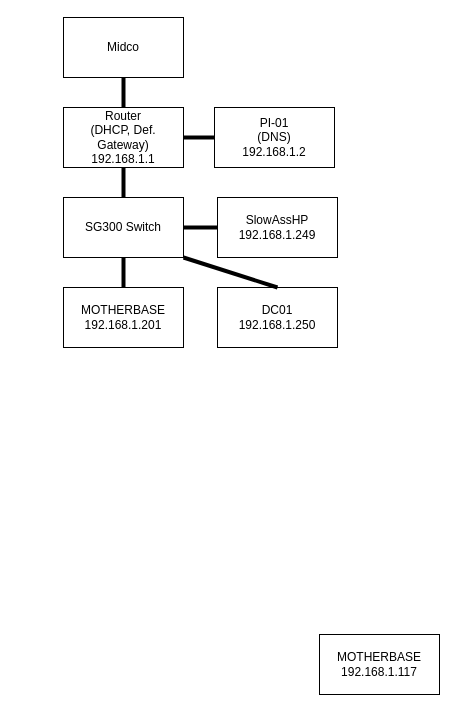
Above: Homelab.drawio in JadenMay/Homelab (draw.io), before the change. Source tidied: cells renumbered, new cells numbered last; positions are measured from the earlier drawing's top-left corner, leaving out a move shared by most shapes. Both pictures are drawn from the tidied source at 100%, with x=0, y=0 at pixel (63, 17).
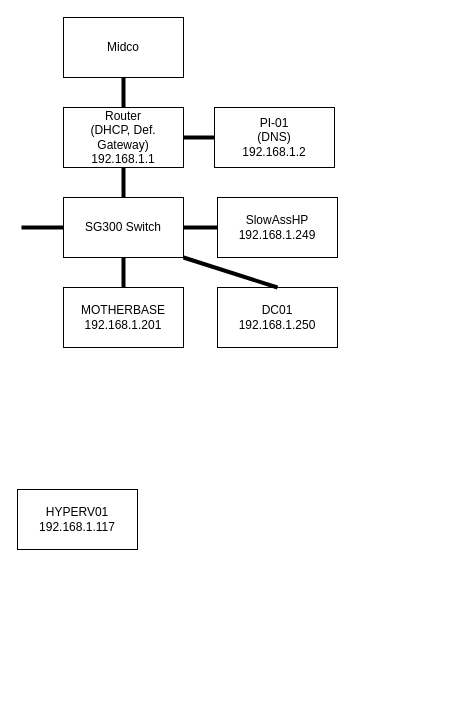
The same diagram, later.

Unchanged cells that the change refers to:
```xml
<mxCell id="10" value="SG300 Switch" style="rounded=0;whiteSpace=wrap;html=1;fontFamily=Helvetica;" parent="2" vertex="1">
  <mxGeometry y="180" width="120" height="60" as="geometry" />
</mxCell>
```

What changed in the source:
```diff
@@
-    <mxCell id="17" value="MOTHERBASE&lt;br&gt;192.168.1.117" style="rounded=0;whiteSpace=wrap;html=1;fontFamily=Helvetica;" parent="1" vertex="1">
-      <mxGeometry x="256" y="617" width="120" height="60" as="geometry" />
+    <mxCell id="17" value="HYPERV01&lt;br&gt;192.168.1.117" style="rounded=0;whiteSpace=wrap;html=1;fontFamily=Helvetica;" parent="1" vertex="1">
+      <mxGeometry x="-46" y="472" width="120" height="60" as="geometry" />
     </mxCell>
+    <mxCell id="18" style="endArrow=none;html=1;rounded=0;fontFamily=Helvetica;strokeWidth=4;exitX=0;exitY=0.5;exitDx=0;exitDy=0;" parent="1" edge="1" source="10">
+      <mxGeometry relative="1" as="geometry">
+        <mxPoint x="-42" y="210" as="targetPoint" />
+      </mxGeometry>
+    </mxCell>
```
